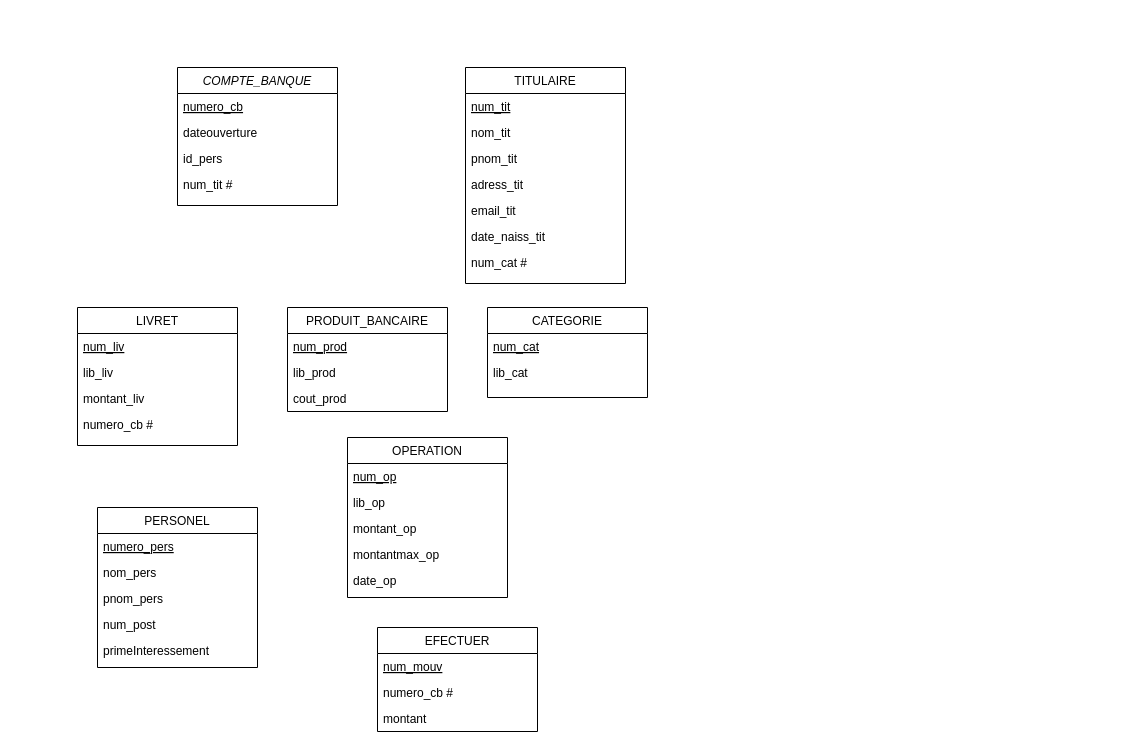
Earlier version of the draw.io diagram Untitled Diagram.drawio (zung31/zung31). Source tidied: cells renumbered, new cells numbered last; positions are measured from the earlier drawing's top-left corner, leaving out a move shared by most shapes. Both pictures are drawn from the tidied source at 100%, with x=0, y=0 at pixel (77, 67).
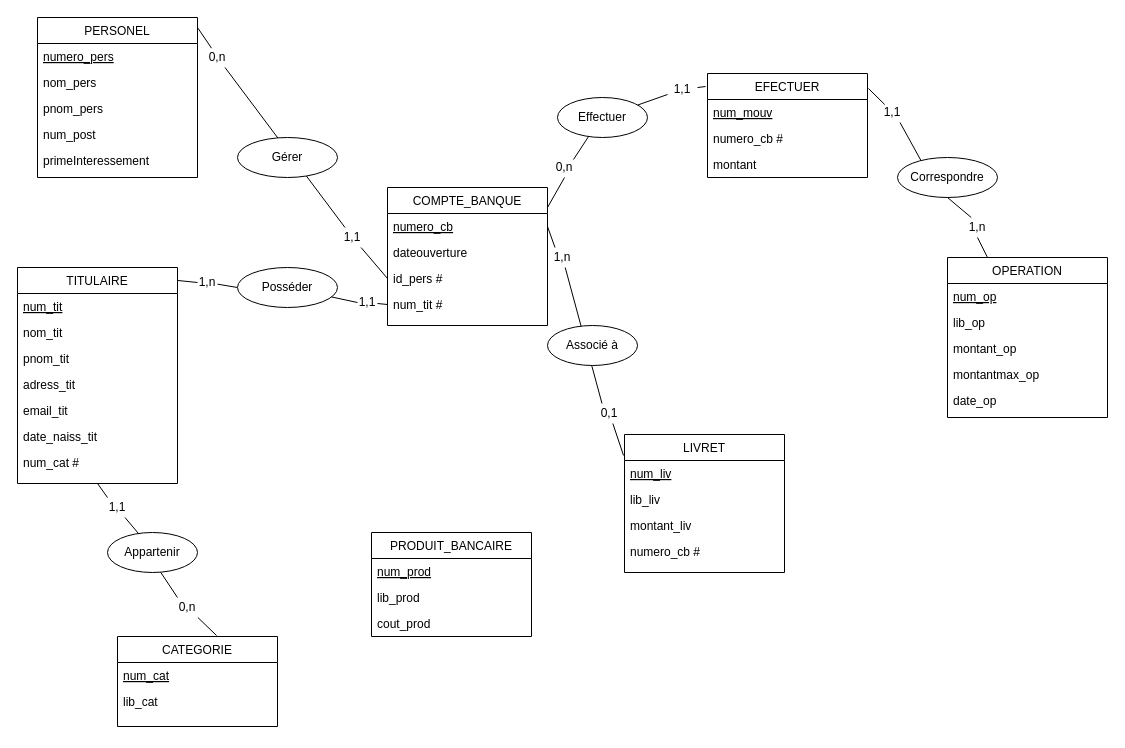
After the change.

The change refers to these unchanged cells:
```xml
<mxCell id="3" value="numero_cb" style="text;align=left;verticalAlign=top;spacingLeft=4;spacingRight=4;overflow=hidden;points=[[0,0.5],[1,0.5]];portConstraint=eastwest;fontStyle=4;" parent="2" vertex="1">
  <mxGeometry y="26" width="160" height="26" as="geometry" />
</mxCell>
<mxCell id="6" value="num_tit #" style="text;align=left;verticalAlign=top;spacingLeft=4;spacingRight=4;overflow=hidden;points=[[0,0.5],[1,0.5]];portConstraint=eastwest;rounded=0;shadow=0;html=0;" parent="2" vertex="1">
  <mxGeometry y="104" width="160" height="26" as="geometry" />
</mxCell>
```

Change to the diagram source:
```diff
@@
-    <mxCell id="2" value="COMPTE_BANQUE" style="swimlane;fontStyle=2;align=center;verticalAlign=top;horizontal=1;startSize=26;rounded=0;shadow=0;strokeWidth=1;" parent="1" vertex="1">
-      <mxGeometry x="100" width="160" height="138" as="geometry" />
+    <mxCell id="2" value="COMPTE_BANQUE" style="swimlane;fontStyle=0;align=center;verticalAlign=top;horizontal=1;startSize=26;rounded=0;shadow=0;strokeWidth=1;" parent="1" vertex="1">
+      <mxGeometry x="310" y="120" width="160" height="138" as="geometry" />
     </mxCell>
@@
-    <mxCell id="5" value="id_pers" style="text;align=left;verticalAlign=top;spacingLeft=4;spacingRight=4;overflow=hidden;points=[[0,0.5],[1,0.5]];portConstraint=eastwest;rounded=0;shadow=0;html=0;" parent="2" vertex="1">
+    <mxCell id="5" value="id_pers #" style="text;align=left;verticalAlign=top;spacingLeft=4;spacingRight=4;overflow=hidden;points=[[0,0.5],[1,0.5]];portConstraint=eastwest;rounded=0;shadow=0;html=0;" parent="2" vertex="1">
       <mxGeometry y="78" width="160" height="26" as="geometry" />
     </mxCell>
@@
     <mxCell id="7" value="LIVRET" style="swimlane;fontStyle=0;align=center;verticalAlign=top;horizontal=1;startSize=26;rounded=0;shadow=0;strokeWidth=1;" parent="1" vertex="1">
-      <mxGeometry y="240" width="160" height="138" as="geometry" />
+      <mxGeometry x="547" y="367" width="160" height="138" as="geometry" />
     </mxCell>
@@
     <mxCell id="12" value="PRODUIT_BANCAIRE" style="swimlane;fontStyle=0;align=center;verticalAlign=top;horizontal=1;startSize=26;rounded=0;shadow=0;strokeWidth=1;" parent="1" vertex="1">
-      <mxGeometry x="210" y="240" width="160" height="104" as="geometry" />
+      <mxGeometry x="294" y="465" width="160" height="104" as="geometry" />
     </mxCell>
@@
     <mxCell id="16" value="TITULAIRE" style="swimlane;fontStyle=0;align=center;verticalAlign=top;horizontal=1;startSize=26;rounded=0;shadow=0;strokeWidth=1;" parent="1" vertex="1">
-      <mxGeometry x="388" width="160" height="216" as="geometry" />
+      <mxGeometry x="-60" y="200" width="160" height="216" as="geometry" />
     </mxCell>
@@
     <mxCell id="24" value="OPERATION" style="swimlane;fontStyle=0;align=center;verticalAlign=top;horizontal=1;startSize=26;rounded=0;shadow=0;strokeWidth=1;" parent="1" vertex="1">
-      <mxGeometry x="270" y="370" width="160" height="160" as="geometry" />
+      <mxGeometry x="870" y="190" width="160" height="160" as="geometry" />
     </mxCell>
@@
     <mxCell id="30" value="PERSONEL" style="swimlane;fontStyle=0;align=center;verticalAlign=top;horizontal=1;startSize=26;rounded=0;shadow=0;strokeWidth=1;" parent="1" vertex="1">
-      <mxGeometry x="20" y="440" width="160" height="160" as="geometry" />
+      <mxGeometry x="-40" y="-50" width="160" height="160" as="geometry" />
     </mxCell>
@@
     <mxCell id="36" value="CATEGORIE" style="swimlane;fontStyle=0;align=center;verticalAlign=top;horizontal=1;startSize=26;rounded=0;shadow=0;strokeWidth=1;" parent="1" vertex="1">
-      <mxGeometry x="410" y="240" width="160" height="90" as="geometry" />
+      <mxGeometry x="40" y="569" width="160" height="90" as="geometry" />
     </mxCell>
@@
     <mxCell id="39" value="EFECTUER" style="swimlane;fontStyle=0;align=center;verticalAlign=top;horizontal=1;startSize=26;rounded=0;shadow=0;strokeWidth=1;" parent="1" vertex="1">
-      <mxGeometry x="300" y="560" width="160" height="104" as="geometry" />
+      <mxGeometry x="630" y="6" width="160" height="104" as="geometry" />
     </mxCell>
@@
+    <mxCell id="43" style="endArrow=none;html=1;rounded=0;entryX=0;entryY=0.5;entryDx=0;entryDy=0;" parent="1" edge="1" source="56" target="5">
+      <mxGeometry relative="1" as="geometry" />
+    </mxCell>
+    <mxCell id="44" style="endArrow=none;html=1;rounded=0;entryX=0;entryY=0.5;entryDx=0;entryDy=0;" parent="1" edge="1" source="61" target="6">
+      <mxGeometry relative="1" as="geometry" />
+    </mxCell>
+    <mxCell id="45" style="endArrow=none;html=1;rounded=0;entryX=0.5;entryY=1;entryDx=0;entryDy=0;" parent="1" edge="1" target="16">
+      <mxGeometry relative="1" as="geometry">
+        <mxPoint x="30" y="430" as="sourcePoint" />
+      </mxGeometry>
+    </mxCell>
+    <mxCell id="46" style="endArrow=none;html=1;rounded=0;entryX=-0.006;entryY=0.152;entryDx=0;entryDy=0;entryPerimeter=0;" parent="1" edge="1" source="71" target="7">
+      <mxGeometry relative="1" as="geometry" />
+    </mxCell>
+    <mxCell id="47" style="endArrow=none;html=1;rounded=0;entryX=0;entryY=0.5;entryDx=0;entryDy=0;" parent="1" edge="1" source="63" target="48">
+      <mxGeometry relative="1" as="geometry" />
+    </mxCell>
+    <mxCell id="48" value="Posséder" style="ellipse;whiteSpace=wrap;html=1;" parent="1" vertex="1">
+      <mxGeometry x="160" y="200" width="100" height="40" as="geometry" />
+    </mxCell>
+    <mxCell id="49" style="endArrow=none;html=1;rounded=0;exitX=0.333;exitY=0;exitDx=0;exitDy=0;exitPerimeter=0;" parent="1" edge="1" source="67">
+      <mxGeometry relative="1" as="geometry">
+        <mxPoint x="80" y="500" as="targetPoint" />
+      </mxGeometry>
+    </mxCell>
+    <mxCell id="50" value="Appartenir" style="ellipse;whiteSpace=wrap;html=1;" parent="1" vertex="1">
+      <mxGeometry x="30" y="465" width="90" height="40" as="geometry" />
+    </mxCell>
+    <mxCell id="51" style="endArrow=none;html=1;rounded=0;entryX=-0.012;entryY=0.125;entryDx=0;entryDy=0;entryPerimeter=0;" parent="1" edge="1" source="76" target="39">
+      <mxGeometry relative="1" as="geometry" />
+    </mxCell>
+    <mxCell id="52" style="endArrow=none;html=1;rounded=0;entryX=0.25;entryY=0;entryDx=0;entryDy=0;exitX=0.5;exitY=1;exitDx=0;exitDy=0;" parent="1" edge="1" source="82" target="24">
+      <mxGeometry relative="1" as="geometry" />
+    </mxCell>
+    <mxCell id="53" style="endArrow=none;html=1;rounded=0;entryX=0.556;entryY=0.25;entryDx=0;entryDy=0;entryPerimeter=0;exitX=0.65;exitY=0.1;exitDx=0;exitDy=0;exitPerimeter=0;" parent="1" edge="1" source="74" target="54">
+      <mxGeometry relative="1" as="geometry" />
+    </mxCell>
+    <mxCell id="54" value="Effectuer" style="ellipse;whiteSpace=wrap;html=1;" parent="1" vertex="1">
+      <mxGeometry x="480" y="30" width="90" height="40" as="geometry" />
+    </mxCell>
+    <mxCell id="55" style="endArrow=none;html=1;rounded=0;entryX=0.25;entryY=0;entryDx=0;entryDy=0;" parent="1" edge="1" source="59" target="56">
+      <mxGeometry relative="1" as="geometry" />
+    </mxCell>
+    <mxCell id="56" value="1,1" style="text;html=1;strokeColor=none;fillColor=none;align=center;verticalAlign=middle;whiteSpace=wrap;rounded=0;" parent="1" vertex="1">
+      <mxGeometry x="260" y="160" width="30" height="20" as="geometry" />
+    </mxCell>
+    <mxCell id="57" value="Gérer" style="ellipse;whiteSpace=wrap;html=1;" parent="1" vertex="1">
+      <mxGeometry x="160" y="70" width="100" height="40" as="geometry" />
+    </mxCell>
+    <mxCell id="58" style="endArrow=none;html=1;rounded=0;entryX=0.4;entryY=0.033;entryDx=0;entryDy=0;entryPerimeter=0;" parent="1" edge="1" target="59">
+      <mxGeometry relative="1" as="geometry">
+        <mxPoint x="120" y="-40" as="sourcePoint" />
+      </mxGeometry>
+    </mxCell>
+    <mxCell id="59" value="0,n" style="text;html=1;strokeColor=none;fillColor=none;align=center;verticalAlign=middle;whiteSpace=wrap;rounded=0;" parent="1" vertex="1">
+      <mxGeometry x="110" y="-20" width="60" height="20" as="geometry" />
+    </mxCell>
+    <mxCell id="60" style="endArrow=none;html=1;rounded=0;entryX=0;entryY=0.5;entryDx=0;entryDy=0;" parent="1" edge="1" source="48" target="61">
+      <mxGeometry relative="1" as="geometry" />
+    </mxCell>
+    <mxCell id="61" value="1,1" style="text;html=1;strokeColor=none;fillColor=none;align=center;verticalAlign=middle;whiteSpace=wrap;rounded=0;" parent="1" vertex="1">
+      <mxGeometry x="280" y="220" width="20" height="30" as="geometry" />
+    </mxCell>
+    <mxCell id="62" style="endArrow=none;html=1;rounded=0;entryX=0;entryY=0.5;entryDx=0;entryDy=0;exitX=1;exitY=0.06;exitDx=0;exitDy=0;exitPerimeter=0;" parent="1" edge="1" source="16" target="63">
+      <mxGeometry relative="1" as="geometry" />
+    </mxCell>
+    <mxCell id="63" value="1,n" style="text;html=1;strokeColor=none;fillColor=none;align=center;verticalAlign=middle;whiteSpace=wrap;rounded=0;" parent="1" vertex="1">
+      <mxGeometry x="120" y="200" width="20" height="30" as="geometry" />
+    </mxCell>
+    <mxCell id="64" style="endArrow=none;html=1;rounded=0;exitX=0.344;exitY=0.025;exitDx=0;exitDy=0;entryX=0.75;entryY=1;entryDx=0;entryDy=0;exitPerimeter=0;" parent="1" edge="1" source="50" target="65">
+      <mxGeometry relative="1" as="geometry" />
+    </mxCell>
+    <mxCell id="65" value="1,1" style="text;html=1;strokeColor=none;fillColor=none;align=center;verticalAlign=middle;whiteSpace=wrap;rounded=0;" parent="1" vertex="1">
+      <mxGeometry x="25" y="430" width="30" height="20" as="geometry" />
+    </mxCell>
+    <mxCell id="66" style="endArrow=none;html=1;rounded=0;exitX=0.619;exitY=-0.011;exitDx=0;exitDy=0;exitPerimeter=0;" parent="1" edge="1" source="36" target="67">
+      <mxGeometry relative="1" as="geometry" />
+    </mxCell>
+    <mxCell id="67" value="0,n" style="text;html=1;strokeColor=none;fillColor=none;align=center;verticalAlign=middle;whiteSpace=wrap;rounded=0;" parent="1" vertex="1">
+      <mxGeometry x="80" y="530" width="60" height="20" as="geometry" />
+    </mxCell>
+    <mxCell id="68" style="endArrow=none;html=1;rounded=0;entryX=0.25;entryY=0;entryDx=0;entryDy=0;exitX=1;exitY=0.5;exitDx=0;exitDy=0;" parent="1" edge="1" source="3" target="69">
+      <mxGeometry relative="1" as="geometry" />
+    </mxCell>
+    <mxCell id="69" value="1,n" style="text;html=1;strokeColor=none;fillColor=none;align=center;verticalAlign=middle;whiteSpace=wrap;rounded=0;" parent="1" vertex="1">
+      <mxGeometry x="470" y="180" width="30" height="20" as="geometry" />
+    </mxCell>
+    <mxCell id="70" style="endArrow=none;html=1;rounded=0;entryX=0.25;entryY=0;entryDx=0;entryDy=0;" parent="1" edge="1" source="69" target="71">
+      <mxGeometry relative="1" as="geometry" />
+    </mxCell>
+    <mxCell id="71" value="0,1" style="text;html=1;strokeColor=none;fillColor=none;align=center;verticalAlign=middle;whiteSpace=wrap;rounded=0;" parent="1" vertex="1">
+      <mxGeometry x="517" y="336" width="30" height="20" as="geometry" />
+    </mxCell>
+    <mxCell id="72" value="Associé à" style="ellipse;whiteSpace=wrap;html=1;" parent="1" vertex="1">
+      <mxGeometry x="470" y="258" width="90" height="40" as="geometry" />
+    </mxCell>
+    <mxCell id="73" style="endArrow=none;html=1;rounded=0;entryX=0.5;entryY=1;entryDx=0;entryDy=0;" parent="1" edge="1" target="74">
+      <mxGeometry relative="1" as="geometry">
+        <mxPoint x="470" y="140" as="sourcePoint" />
+      </mxGeometry>
+    </mxCell>
+    <mxCell id="74" value="0,n" style="text;html=1;strokeColor=none;fillColor=none;align=center;verticalAlign=middle;whiteSpace=wrap;rounded=0;" parent="1" vertex="1">
+      <mxGeometry x="457" y="90" width="60" height="20" as="geometry" />
+    </mxCell>
+    <mxCell id="75" style="endArrow=none;html=1;rounded=0;entryX=0;entryY=0.75;entryDx=0;entryDy=0;" parent="1" edge="1" source="54" target="76">
+      <mxGeometry relative="1" as="geometry" />
+    </mxCell>
+    <mxCell id="76" value="1,1" style="text;html=1;strokeColor=none;fillColor=none;align=center;verticalAlign=middle;whiteSpace=wrap;rounded=0;" parent="1" vertex="1">
+      <mxGeometry x="590" y="12" width="30" height="20" as="geometry" />
+    </mxCell>
+    <mxCell id="77" style="endArrow=none;html=1;rounded=0;entryX=0.24;entryY=0.1;entryDx=0;entryDy=0;entryPerimeter=0;exitX=0.75;exitY=1;exitDx=0;exitDy=0;" parent="1" edge="1" source="80" target="78">
+      <mxGeometry relative="1" as="geometry" />
+    </mxCell>
+    <mxCell id="78" value="Correspondre" style="ellipse;whiteSpace=wrap;html=1;" parent="1" vertex="1">
+      <mxGeometry x="820" y="90" width="100" height="40" as="geometry" />
+    </mxCell>
+    <mxCell id="79" style="endArrow=none;html=1;rounded=0;entryX=0.24;entryY=0.1;entryDx=0;entryDy=0;entryPerimeter=0;exitX=1.006;exitY=0.144;exitDx=0;exitDy=0;exitPerimeter=0;" parent="1" edge="1" source="39" target="80">
+      <mxGeometry relative="1" as="geometry" />
+    </mxCell>
+    <mxCell id="80" value="1,1" style="text;html=1;strokeColor=none;fillColor=none;align=center;verticalAlign=middle;whiteSpace=wrap;rounded=0;" parent="1" vertex="1">
+      <mxGeometry x="800" y="35" width="30" height="20" as="geometry" />
+    </mxCell>
+    <mxCell id="81" style="endArrow=none;html=1;rounded=0;entryX=0.188;entryY=0;entryDx=0;entryDy=0;entryPerimeter=0;exitX=0.5;exitY=1;exitDx=0;exitDy=0;" parent="1" edge="1" source="78" target="82">
+      <mxGeometry relative="1" as="geometry" />
+    </mxCell>
+    <mxCell id="82" value="1,n" style="text;html=1;strokeColor=none;fillColor=none;align=center;verticalAlign=middle;whiteSpace=wrap;rounded=0;" parent="1" vertex="1">
+      <mxGeometry x="890" y="150" width="20" height="20" as="geometry" />
+    </mxCell>
```
